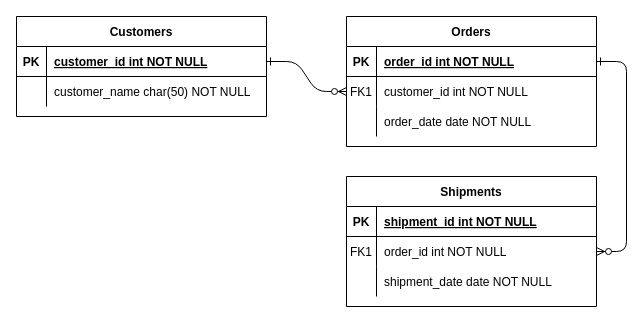
The draw.io diagram CulLecting_ERD.drawio in CulLecting/CulLecting-BE, before the edit. Source tidied: cells renumbered, new cells numbered last; positions are measured from the earlier drawing's top-left corner, leaving out a move shared by most shapes. Both pictures are drawn from the tidied source at 100%, with x=0, y=0 at pixel (16, 16).
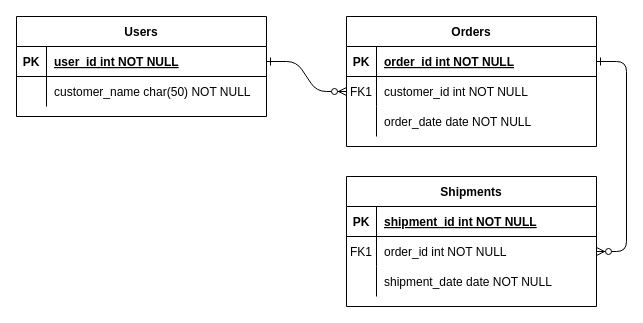
The same diagram, later.

Unchanged cells that the change refers to:
```xml
<mxCell id="25" style="shape=partialRectangle;fillColor=none;points=[[0,0.5],[1,0.5]];portConstraint=eastwest;top=0;left=0;right=0;bottom=1;" parent="24" vertex="1">
  <mxGeometry y="30" width="250" height="30" as="geometry" />
</mxCell>
```

Diff of the diagram source:
```diff
@@
-    <mxCell id="24" value="Customers" style="shape=table;startSize=30;childLayout=tableLayout;rowLines=0;fontStyle=1;align=center;" parent="1" vertex="1">
+    <mxCell id="24" value="Users" style="shape=table;startSize=30;childLayout=tableLayout;rowLines=0;fontStyle=1;align=center;" parent="1" vertex="1">
       <mxGeometry width="250" height="100" as="geometry" />
     </mxCell>
@@
-    <mxCell id="27" value="customer_id int NOT NULL " style="shape=partialRectangle;overflow=hidden;fillColor=none;top=0;left=0;bottom=0;right=0;align=left;spacingLeft=6;fontStyle=5;" parent="25" vertex="1">
+    <mxCell id="27" value="user_id int NOT NULL " style="shape=partialRectangle;overflow=hidden;fillColor=none;top=0;left=0;bottom=0;right=0;align=left;spacingLeft=6;fontStyle=5;" parent="25" vertex="1">
       <mxGeometry x="30" width="220" height="30" as="geometry" />
     </mxCell>
```
